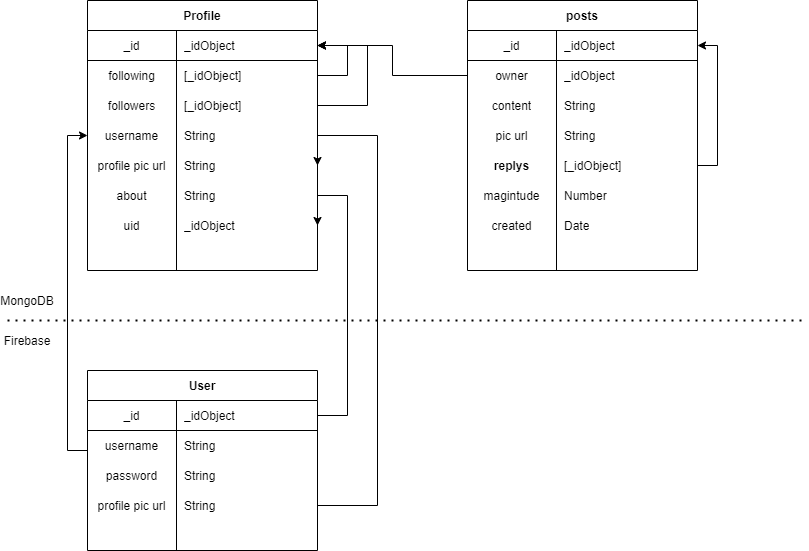
Above: plan/real-ERD.png in nick3point5/Seismo (draw.io), before the change. Source tidied: cells renumbered, new cells last; positions are measured from the earlier drawing's top-left corner, leaving out a move shared by most shapes.
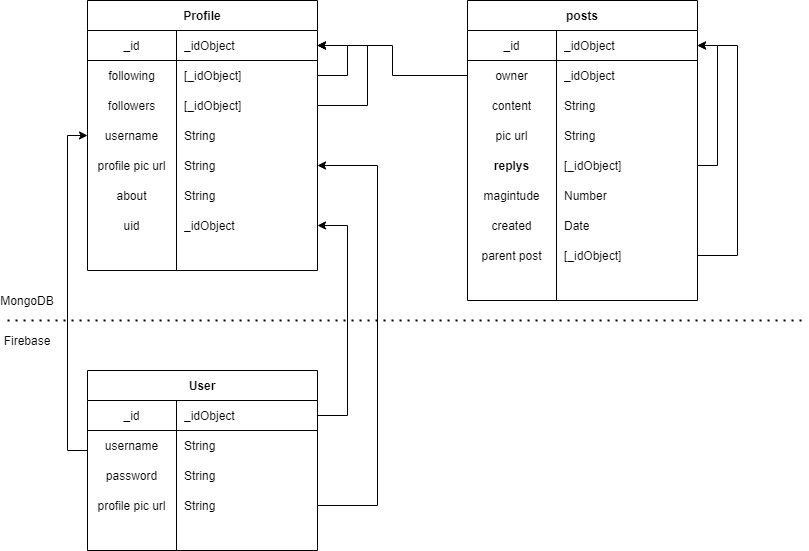
Above is the later version.

Diff of the diagram source:
```diff
@@ -85,7 +85,7 @@
       </mxGeometry>
     </mxCell>
     <mxCell id="26" value="posts" style="shape=table;html=1;whiteSpace=wrap;startSize=30;rowLines=0;fontStyle=1;align=center;" parent="1" vertex="1">
-      <mxGeometry x="460" width="230" height="270" as="geometry" />
+      <mxGeometry x="460" width="230" height="300" as="geometry" />
     </mxCell>
     <mxCell id="27" style="shape=partialRectangle;html=1;whiteSpace=wrap;fillColor=none;top=0;left=0;bottom=1;right=0;points=[[0,0.5],[1,0.5]];portConstraint=eastwest;" parent="26" vertex="1">
       <mxGeometry y="30" width="230" height="30" as="geometry" />
@@ -153,6 +153,23 @@
     <mxCell id="48" value="Date" style="shape=partialRectangle;html=1;whiteSpace=wrap;fillColor=none;top=0;left=0;bottom=0;right=0;align=left;spacingLeft=6;overflow=hidden;" parent="46" vertex="1">
       <mxGeometry x="89" width="141" height="30" as="geometry" />
     </mxCell>
+    <mxCell id="69" style="edgeStyle=orthogonalEdgeStyle;rounded=0;jettySize=auto;html=1;exitX=1;exitY=0.5;exitDx=0;exitDy=0;entryX=1;entryY=0.5;entryDx=0;entryDy=0;" parent="26" edge="1" source="70" target="27">
+      <mxGeometry relative="1" as="geometry">
+        <Array as="points">
+          <mxPoint x="270" y="255" />
+          <mxPoint x="270" y="45" />
+        </Array>
+      </mxGeometry>
+    </mxCell>
+    <mxCell id="70" style="shape=partialRectangle;html=1;whiteSpace=wrap;fillColor=none;top=0;left=0;bottom=0;right=0;points=[[0,0.5],[1,0.5]];portConstraint=eastwest;" parent="26" vertex="1">
+      <mxGeometry y="240" width="230" height="30" as="geometry" />
+    </mxCell>
+    <mxCell id="71" value="parent post" style="shape=partialRectangle;html=1;whiteSpace=wrap;fillColor=none;top=0;left=0;bottom=0;right=0;overflow=hidden;" parent="70" vertex="1">
+      <mxGeometry width="89" height="30" as="geometry" />
+    </mxCell>
+    <mxCell id="72" value="&lt;span&gt;[_idObject]&lt;/span&gt;" style="shape=partialRectangle;html=1;whiteSpace=wrap;fillColor=none;top=0;left=0;bottom=0;right=0;align=left;spacingLeft=6;overflow=hidden;" parent="70" vertex="1">
+      <mxGeometry x="89" width="141" height="30" as="geometry" />
+    </mxCell>
     <mxCell id="49" style="edgeStyle=orthogonalEdgeStyle;rounded=0;jettySize=auto;html=1;entryX=1;entryY=0.5;entryDx=0;entryDy=0;" parent="1" edge="1" source="30" target="3">
       <mxGeometry relative="1" as="geometry" />
     </mxCell>
@@ -160,7 +177,7 @@
       <mxGeometry relative="1" as="geometry">
         <Array as="points">
           <mxPoint x="370" y="505" />
-          <mxPoint x="370" y="135" />
+          <mxPoint x="370" y="165" />
         </Array>
       </mxGeometry>
     </mxCell>
@@ -207,7 +224,7 @@
       <mxGeometry relative="1" as="geometry">
         <Array as="points">
           <mxPoint x="340" y="415" />
-          <mxPoint x="340" y="195" />
+          <mxPoint x="340" y="225" />
         </Array>
       </mxGeometry>
     </mxCell>
```
